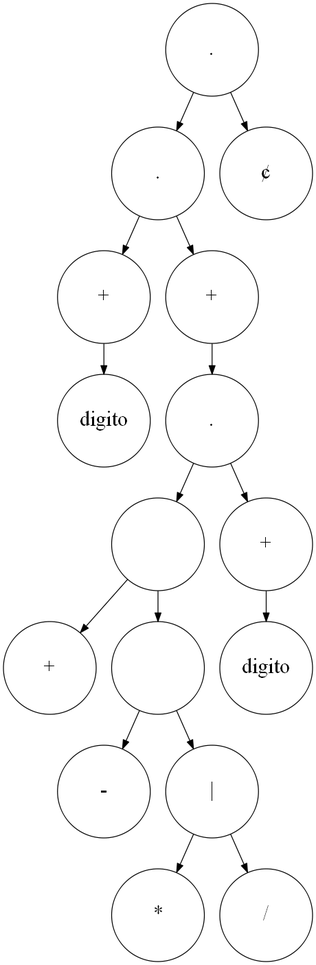
Before: tree_operaciones.png, a diagram exported from Graphviz (montherbasir/Practica1_OLC1). Its source is kept beside it as tree_operaciones.dot.
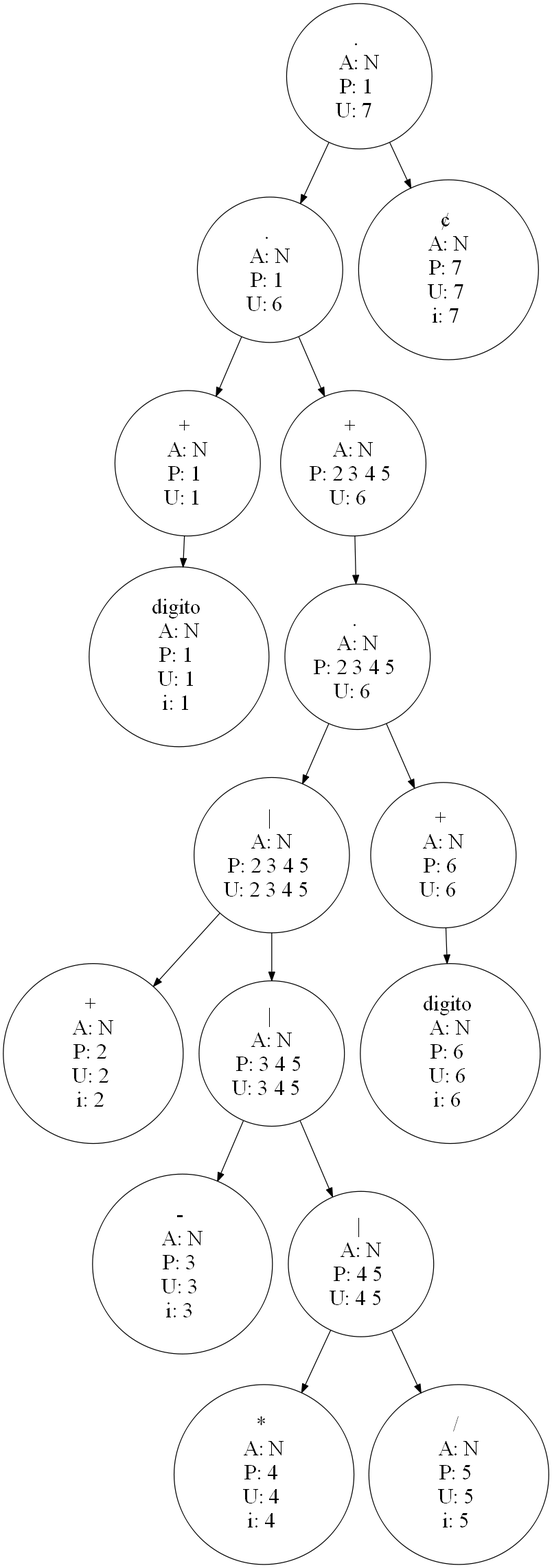
The same diagram one commit later.

The edit, as a diff of the source:
```diff
@@ -4,35 +4,90 @@
 node [shape=circle, height=0.5, width=1.5, fontsize=25];
 graph[dpi=90];
 
-"0" [label="."];
-"1" [label="."];
-"2" [label="+"];
-"3" [label="digito"];
+"0" [label=".
+A: N
+P: 1
+U: 7  "];
+"1" [label=".
+A: N
+P: 1
+U: 6  "];
+"2" [label="+
+A: N
+P: 1
+U: 1  "];
+"3" [label="digito
+A: N
+P: 1
+U: 1
+i: 1 "];
 "2" -> "3";
 "1" -> "2";
-"4" [label="+"];
-"5" [label="."];
-"6" [label="|"];
-"7" [label="+"];
+"4" [label="+
+A: N
+P: 2 3 4 5
+U: 6  "];
+"5" [label=".
+A: N
+P: 2 3 4 5
+U: 6  "];
+"6" [label="|
+A: N
+P: 2 3 4 5
+U: 2 3 4 5  "];
+"7" [label="+
+A: N
+P: 2
+U: 2
+i: 2 "];
 "6" -> "7";
-"8" [label="|"];
-"9" [label="-"];
+"8" [label="|
+A: N
+P: 3 4 5
+U: 3 4 5  "];
+"9" [label="-
+A: N
+P: 3
+U: 3
+i: 3 "];
 "8" -> "9";
-"10" [label="|"];
-"11" [label="*"];
+"10" [label="|
+A: N
+P: 4 5
+U: 4 5  "];
+"11" [label="*
+A: N
+P: 4
+U: 4
+i: 4 "];
 "10" -> "11";
-"12" [label="/"];
+"12" [label="/
+A: N
+P: 5
+U: 5
+i: 5 "];
 "10" -> "12";
 "8" -> "10";
 "6" -> "8";
 "5" -> "6";
-"13" [label="+"];
-"14" [label="digito"];
+"13" [label="+
+A: N
+P: 6
+U: 6  "];
+"14" [label="digito
+A: N
+P: 6
+U: 6
+i: 6 "];
 "13" -> "14";
 "5" -> "13";
 "4" -> "5";
 "1" -> "4";
 "0" -> "1";
-"15" [label="¢"];
+"15" [label="¢
+A: N
+P: 7
+U: 7
+i: 7 "];
 "0" -> "15";
 }
```
